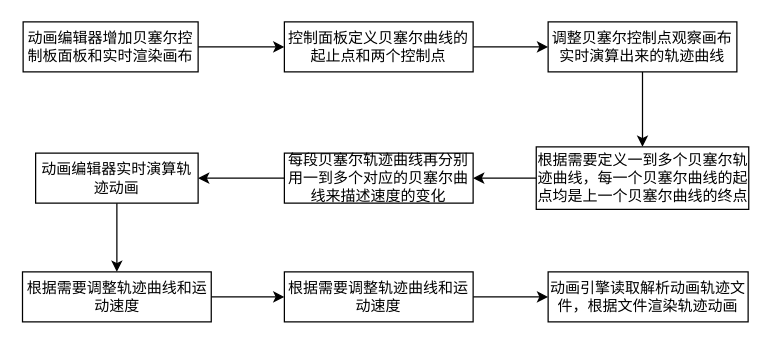
This is 未命名绘图.drawio from greenabyss/image, a draw.io file, before an edit. Source tidied: cells renumbered, new cells numbered last; positions are measured from the earlier drawing's top-left corner, leaving out a move shared by most shapes. Both pictures are drawn from the tidied source at 125%, with x=0, y=0 at pixel (22, 21).
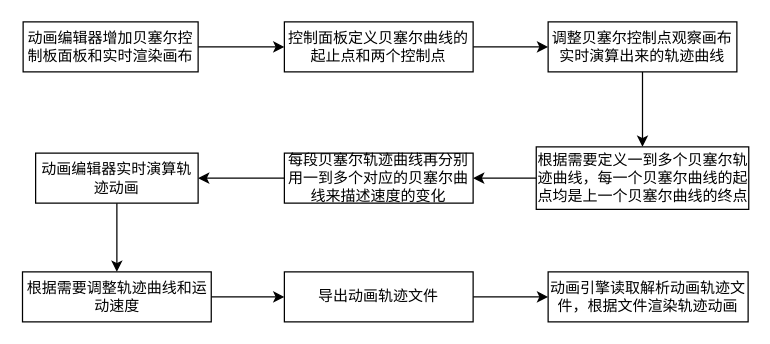
The same page after the edit.

Commit message:
更新未命名绘图.drawio

The edit, as a diff of the source:
```diff
@@
 <mxGraphModel>
   <root>
     <mxCell id="0" />
     <mxCell id="1" parent="0" />
     <mxCell id="2" style="edgeStyle=orthogonalEdgeStyle;rounded=0;jettySize=auto;html=1;exitX=1;exitY=0.5;exitDx=0;exitDy=0;" parent="1" edge="1" source="3" target="5">
       <mxGeometry relative="1" as="geometry" />
     </mxCell>
     <mxCell id="3" value="动画编辑器增加贝塞尔控制板面板和实时渲染画布" style="rounded=0;whiteSpace=wrap;html=1;" parent="1" vertex="1">
       <mxGeometry width="140" height="40" as="geometry" />
     </mxCell>
     <mxCell id="4" style="edgeStyle=orthogonalEdgeStyle;rounded=0;jettySize=auto;html=1;exitX=1;exitY=0.5;exitDx=0;exitDy=0;entryX=0;entryY=0.5;entryDx=0;entryDy=0;" parent="1" edge="1" source="5" target="7">
       <mxGeometry relative="1" as="geometry" />
     </mxCell>
     <mxCell id="5" value="控制面板定义贝塞尔曲线的起止点和两个控制点" style="rounded=0;whiteSpace=wrap;html=1;" parent="1" vertex="1">
       <mxGeometry x="209" width="151" height="40" as="geometry" />
     </mxCell>
     <mxCell id="6" style="edgeStyle=orthogonalEdgeStyle;rounded=0;jettySize=auto;html=1;exitX=0.5;exitY=1;exitDx=0;exitDy=0;entryX=0.5;entryY=0;entryDx=0;entryDy=0;" parent="1" edge="1" source="7" target="9">
       <mxGeometry relative="1" as="geometry" />
     </mxCell>
     <mxCell id="7" value="调整贝塞尔控制点观察画布实时演算出来的轨迹曲线" style="rounded=0;whiteSpace=wrap;html=1;" parent="1" vertex="1">
       <mxGeometry x="420" width="151" height="40" as="geometry" />
     </mxCell>
     <mxCell id="8" style="edgeStyle=orthogonalEdgeStyle;rounded=0;jettySize=auto;html=1;exitX=0;exitY=0.5;exitDx=0;exitDy=0;entryX=1;entryY=0.5;entryDx=0;entryDy=0;" parent="1" edge="1" source="9" target="11">
       <mxGeometry relative="1" as="geometry" />
     </mxCell>
     <mxCell id="9" value="根据需要定义一到多个贝塞尔轨迹曲线，每一个贝塞尔曲线的起点均是上一个贝塞尔曲线的终点" style="rounded=0;whiteSpace=wrap;html=1;" parent="1" vertex="1">
       <mxGeometry x="410.5" y="100" width="170" height="50" as="geometry" />
     </mxCell>
     <mxCell id="10" style="edgeStyle=orthogonalEdgeStyle;rounded=0;jettySize=auto;html=1;exitX=0;exitY=0.5;exitDx=0;exitDy=0;entryX=1;entryY=0.5;entryDx=0;entryDy=0;" parent="1" edge="1" source="11" target="16">
       <mxGeometry relative="1" as="geometry" />
     </mxCell>
     <mxCell id="11" value="每段贝塞尔轨迹曲线再分别用一到多个对应的贝塞尔曲线来描述速度的变化" style="rounded=0;whiteSpace=wrap;html=1;" parent="1" vertex="1">
       <mxGeometry x="209" y="105" width="151" height="40" as="geometry" />
     </mxCell>
     <mxCell id="12" style="edgeStyle=orthogonalEdgeStyle;rounded=0;jettySize=auto;html=1;exitX=1;exitY=0.5;exitDx=0;exitDy=0;entryX=0;entryY=0.5;entryDx=0;entryDy=0;" parent="1" edge="1" source="13" target="18">
       <mxGeometry relative="1" as="geometry" />
     </mxCell>
     <mxCell id="13" value="根据需要调整轨迹曲线和运动速度" style="rounded=0;whiteSpace=wrap;html=1;" parent="1" vertex="1">
       <mxGeometry x="-0.5" y="200" width="151" height="40" as="geometry" />
     </mxCell>
     <mxCell id="14" value="动画引擎读取解析动画轨迹文件，根据文件渲染轨迹动画" style="rounded=0;whiteSpace=wrap;html=1;" parent="1" vertex="1">
       <mxGeometry x="420" y="200" width="160" height="40" as="geometry" />
     </mxCell>
     <mxCell id="15" style="edgeStyle=orthogonalEdgeStyle;rounded=0;jettySize=auto;html=1;exitX=0.5;exitY=1;exitDx=0;exitDy=0;entryX=0.5;entryY=0;entryDx=0;entryDy=0;" parent="1" edge="1" source="16" target="13">
       <mxGeometry relative="1" as="geometry" />
     </mxCell>
     <mxCell id="16" value="动画编辑器实时演算轨迹动画" style="rounded=0;whiteSpace=wrap;html=1;" parent="1" vertex="1">
       <mxGeometry x="10" y="105" width="130" height="40" as="geometry" />
     </mxCell>
     <mxCell id="17" style="edgeStyle=orthogonalEdgeStyle;rounded=0;jettySize=auto;html=1;exitX=1;exitY=0.5;exitDx=0;exitDy=0;entryX=0;entryY=0.5;entryDx=0;entryDy=0;" parent="1" edge="1" source="18" target="14">
       <mxGeometry relative="1" as="geometry" />
     </mxCell>
-    <mxCell id="18" value="根据需要调整轨迹曲线和运动速度" style="rounded=0;whiteSpace=wrap;html=1;" parent="1" vertex="1">
+    <mxCell id="18" value="导出动画轨迹文件" style="rounded=0;whiteSpace=wrap;html=1;" parent="1" vertex="1">
       <mxGeometry x="209" y="200" width="151" height="40" as="geometry" />
     </mxCell>
   </root>
 </mxGraphModel>
```
